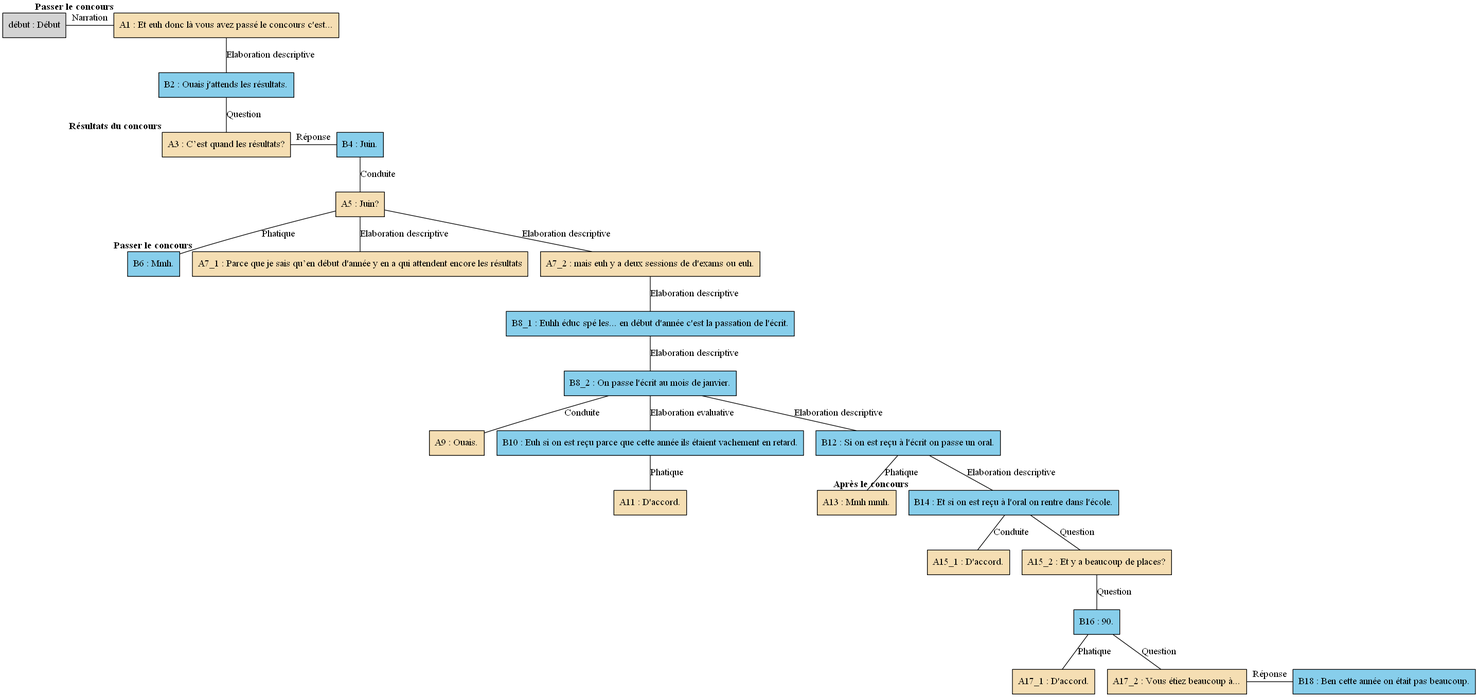
The Graphviz diagram arbres/Concours/Concours_-_A03.gv.png in AlaixComet/AnnotationSlamPTut, before a commit. Its source is kept beside it as arbres/Concours/Concours_-_A03.gv.
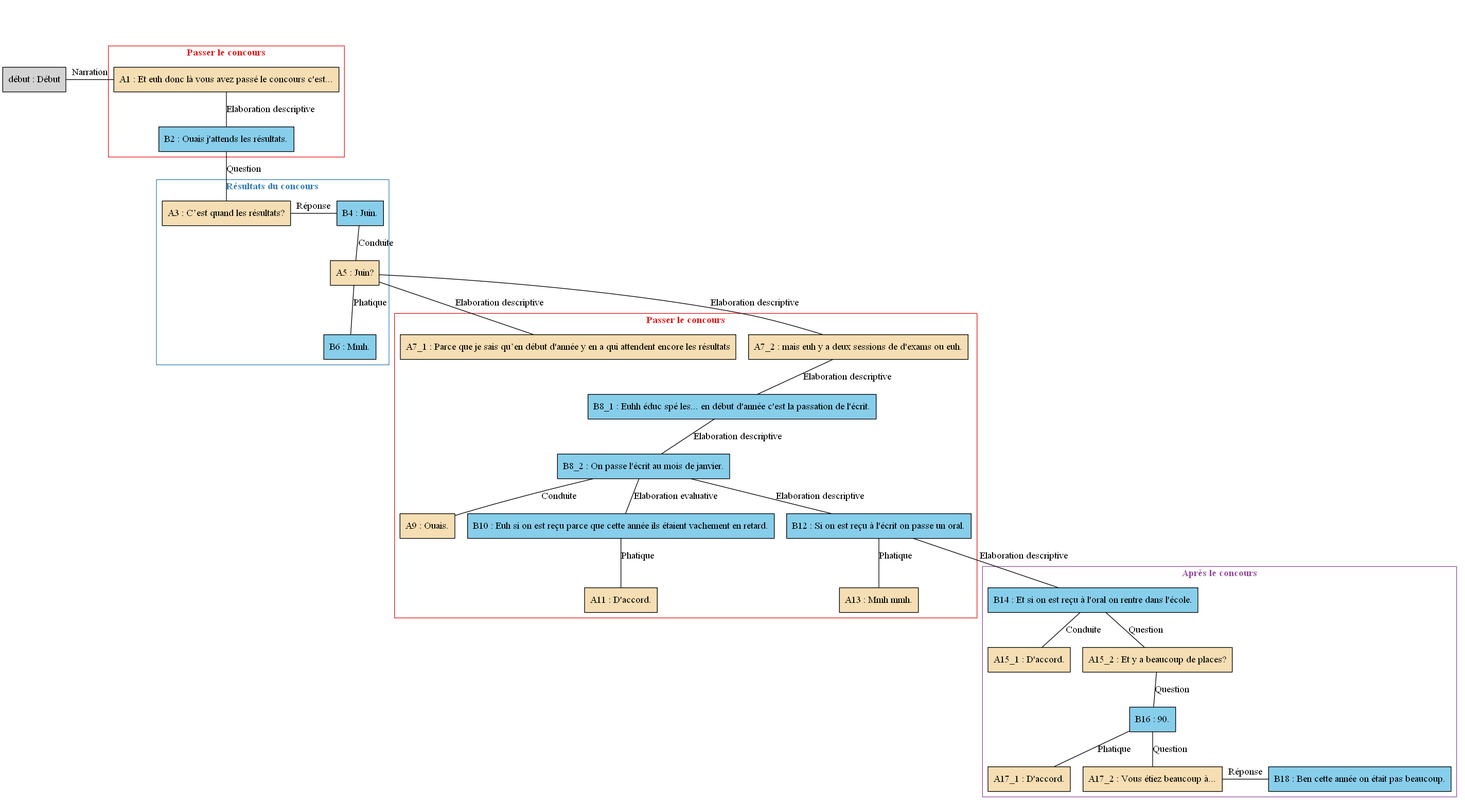
Above is the later version.

The edit, as a diff of the source:
```diff
@@ -1,63 +1,100 @@
 digraph A03 {
 	node [shape=box style=filled]
-	"début" [label="début : Début" xlabel=""]
-	A1 [label="A1 : Et euh donc là vous avez passé le concours c'est..." fillcolor=wheat xlabel=<<B>Passer le concours</B>>]
-	B2 [label="B2 : Ouais j'attends les résultats." fillcolor=skyblue xlabel=""]
-	A3 [label="A3 : C’est quand les résultats?" fillcolor=wheat xlabel=<<B>Résultats du concours</B>>]
-	B4 [label="B4 : Juin." fillcolor=skyblue xlabel=""]
-	A5 [label="A5 : Juin?" fillcolor=wheat xlabel=""]
-	B6 [label="B6 : Mmh." fillcolor=skyblue xlabel=""]
-	A7_1 [label="A7_1 : Parce que je sais qu’en début d'année y en a qui attendent encore les résultats" fillcolor=wheat xlabel=<<B>Passer le concours</B>>]
-	A7_2 [label="A7_2 : mais euh y a deux sessions de d'exams ou euh." fillcolor=wheat xlabel=""]
-	B8_1 [label="B8_1 : Euhh éduc spé les... en début d'année c'est la passation de l'écrit." fillcolor=skyblue xlabel=""]
-	B8_2 [label="B8_2 : On passe l'écrit au mois de janvier." fillcolor=skyblue xlabel=""]
-	A9 [label="A9 : Ouais." fillcolor=wheat xlabel=""]
-	B10 [label="B10 : Euh si on est reçu parce que cette année ils étaient vachement en retard." fillcolor=skyblue xlabel=""]
-	A11 [label="A11 : D'accord." fillcolor=wheat xlabel=""]
-	B12 [label="B12 : Si on est reçu à l'écrit on passe un oral." fillcolor=skyblue xlabel=""]
-	A13 [label="A13 : Mmh mmh." fillcolor=wheat xlabel=""]
-	B14 [label="B14 : Et si on est reçu à l'oral on rentre dans l'école." fillcolor=skyblue xlabel=<<B>Après le concours</B>>]
-	A15_1 [label="A15_1 : D'accord." fillcolor=wheat xlabel=""]
-	A15_2 [label="A15_2 : Et y a beaucoup de places?" fillcolor=wheat xlabel=""]
-	B16 [label="B16 : 90." fillcolor=skyblue xlabel=""]
-	A17_1 [label="A17_1 : D'accord." fillcolor=wheat xlabel=""]
-	A17_2 [label="A17_2 : Vous étiez beaucoup à..." fillcolor=wheat xlabel=""]
-	B18 [label="B18 : Ben cette année on était pas beaucoup." fillcolor=skyblue xlabel=""]
-	{
-		rank=same
-		"début"
+	newrank=true
+	zero [style=invis]
+	"début" [label="début : Début"]
+	A1 [label="A1 : Et euh donc là vous avez passé le concours c'est..." fillcolor=wheat]
+	B2 [label="B2 : Ouais j'attends les résultats." fillcolor=skyblue]
+	A3 [label="A3 : C’est quand les résultats?" fillcolor=wheat]
+	B4 [label="B4 : Juin." fillcolor=skyblue]
+	A5 [label="A5 : Juin?" fillcolor=wheat]
+	B6 [label="B6 : Mmh." fillcolor=skyblue]
+	A7_1 [label="A7_1 : Parce que je sais qu’en début d'année y en a qui attendent encore les résultats" fillcolor=wheat]
+	A7_2 [label="A7_2 : mais euh y a deux sessions de d'exams ou euh." fillcolor=wheat]
+	B8_1 [label="B8_1 : Euhh éduc spé les... en début d'année c'est la passation de l'écrit." fillcolor=skyblue]
+	B8_2 [label="B8_2 : On passe l'écrit au mois de janvier." fillcolor=skyblue]
+	A9 [label="A9 : Ouais." fillcolor=wheat]
+	B10 [label="B10 : Euh si on est reçu parce que cette année ils étaient vachement en retard." fillcolor=skyblue]
+	A11 [label="A11 : D'accord." fillcolor=wheat]
+	B12 [label="B12 : Si on est reçu à l'écrit on passe un oral." fillcolor=skyblue]
+	A13 [label="A13 : Mmh mmh." fillcolor=wheat]
+	B14 [label="B14 : Et si on est reçu à l'oral on rentre dans l'école." fillcolor=skyblue]
+	A15_1 [label="A15_1 : D'accord." fillcolor=wheat]
+	A15_2 [label="A15_2 : Et y a beaucoup de places?" fillcolor=wheat]
+	B16 [label="B16 : 90." fillcolor=skyblue]
+	A17_1 [label="A17_1 : D'accord." fillcolor=wheat]
+	A17_2 [label="A17_2 : Vous étiez beaucoup à..." fillcolor=wheat]
+	B18 [label="B18 : Ben cette année on était pas beaucoup." fillcolor=skyblue]
+	zero -> "début" [label="" style=invis]
+	zero -> A1 [style=invis weight=1]
+	"début" -> A1 [label=Narration constraint=false dir=none]
+	A1 -> B2 [label="Elaboration descriptive" dir=none weight=2]
+	B2 -> A3 [label=Question dir=none weight=2]
+	B2 -> B4 [style=invis weight=1]
+	A3 -> B4 [label="Réponse" constraint=false dir=none]
+	B4 -> A5 [label=Conduite dir=none weight=2]
+	A5 -> B6 [label=Phatique dir=none weight=2]
+	A5 -> A7_1 [label="Elaboration descriptive" dir=none weight=2]
+	A5 -> A7_2 [label="Elaboration descriptive" dir=none weight=2]
+	A7_2 -> B8_1 [label="Elaboration descriptive" dir=none weight=2]
+	B8_1 -> B8_2 [label="Elaboration descriptive" dir=none weight=2]
+	B8_2 -> A9 [label=Conduite dir=none weight=2]
+	B8_2 -> B10 [label="Elaboration evaluative" dir=none weight=2]
+	B10 -> A11 [label=Phatique dir=none weight=2]
+	B8_2 -> B12 [label="Elaboration descriptive" dir=none weight=2]
+	B12 -> A13 [label=Phatique dir=none weight=2]
+	B12 -> B14 [label="Elaboration descriptive" dir=none weight=2]
+	B14 -> A15_1 [label=Conduite dir=none weight=2]
+	B14 -> A15_2 [label=Question dir=none weight=2]
+	A15_2 -> B16 [label=Question dir=none weight=2]
+	B16 -> A17_1 [label=Phatique dir=none weight=2]
+	B16 -> A17_2 [label=Question dir=none weight=2]
+	B16 -> B18 [style=invis weight=1]
+	A17_2 -> B18 [label="Réponse" constraint=false dir=none]
+	subgraph cluster_1 {
+		label=<<B>Passer le concours</B>>
+		colorscheme=set19
+		color=1
+		fontcolor=1
 		A1
-		"début" -> A1 [label=Narration dir=none]
+		B2
 	}
-	A1 -> B2 [label="Elaboration descriptive" dir=none]
-	B2 -> A3 [label=Question dir=none]
-	{
-		rank=same
+	subgraph cluster_2 {
+		label=<<B>Résultats du concours</B>>
+		colorscheme=set19
+		color=2
+		fontcolor=2
 		A3
 		B4
-		A3 -> B4 [label="Réponse" dir=none]
+		A5
+		B6
 	}
-	B4 -> A5 [label=Conduite dir=none]
-	A5 -> B6 [label=Phatique dir=none]
-	A5 -> A7_1 [label="Elaboration descriptive" dir=none]
-	A5 -> A7_2 [label="Elaboration descriptive" dir=none]
-	A7_2 -> B8_1 [label="Elaboration descriptive" dir=none]
-	B8_1 -> B8_2 [label="Elaboration descriptive" dir=none]
-	B8_2 -> A9 [label=Conduite dir=none]
-	B8_2 -> B10 [label="Elaboration evaluative" dir=none]
-	B10 -> A11 [label=Phatique dir=none]
-	B8_2 -> B12 [label="Elaboration descriptive" dir=none]
-	B12 -> A13 [label=Phatique dir=none]
-	B12 -> B14 [label="Elaboration descriptive" dir=none]
-	B14 -> A15_1 [label=Conduite dir=none]
-	B14 -> A15_2 [label=Question dir=none]
-	A15_2 -> B16 [label=Question dir=none]
-	B16 -> A17_1 [label=Phatique dir=none]
-	B16 -> A17_2 [label=Question dir=none]
-	{
-		rank=same
+	subgraph cluster_3 {
+		label=<<B>Passer le concours</B>>
+		colorscheme=set19
+		color=1
+		fontcolor=1
+		A7_1
+		A7_2
+		B8_1
+		B8_2
+		A9
+		B10
+		A11
+		B12
+		A13
+	}
+	subgraph cluster_4 {
+		label=<<B>Après le concours</B>>
+		colorscheme=set19
+		color=4
+		fontcolor=4
+		B14
+		A15_1
+		A15_2
+		B16
+		A17_1
 		A17_2
 		B18
-		A17_2 -> B18 [label="Réponse" dir=none]
 	}
 }
```
